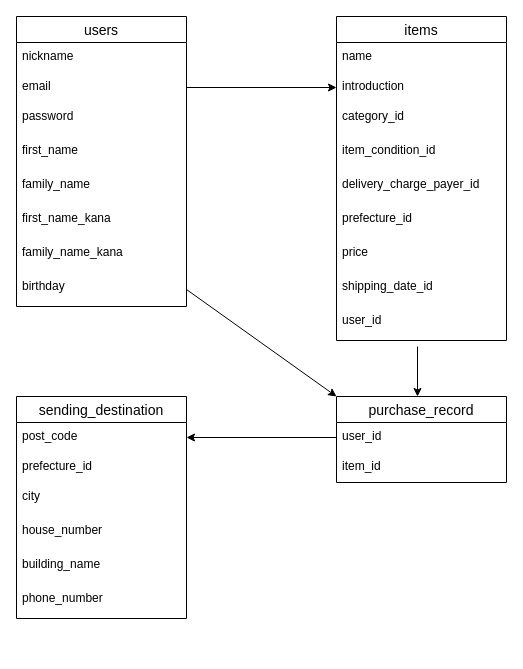
This is ER.dio from takuma703/furima-38232, a draw.io file, before an edit. Source tidied: cells renumbered, new cells numbered last; positions are measured from the earlier drawing's top-left corner, leaving out a move shared by most shapes. Both pictures are drawn from the tidied source at 100%, with x=0, y=0 at pixel (16, 16).
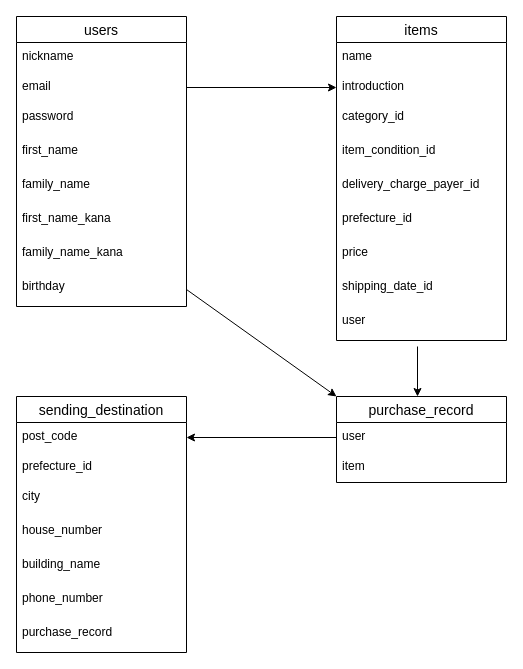
The same diagram, later.

Unchanged cells that the change refers to:
```xml
<mxCell id="12" value="items" style="swimlane;fontStyle=0;horizontal=1;startSize=26;align=center;fontSize=14;direction=east;" parent="1" vertex="1">
  <mxGeometry x="320" width="170" height="324" as="geometry" />
</mxCell>
<mxCell id="29" value="purchase_record" style="swimlane;fontStyle=0;horizontal=1;startSize=26;align=center;fontSize=14;direction=east;" parent="1" vertex="1">
  <mxGeometry x="320" y="380" width="170" height="86" as="geometry" />
</mxCell>
```

Diff of the diagram source:
```diff
@@
-    <mxCell id="21" value="user_id" style="text;strokeColor=none;fillColor=none;spacingLeft=4;spacingRight=4;overflow=hidden;fontSize=12;" parent="12" vertex="1">
+    <mxCell id="21" value="user" style="text;strokeColor=none;fillColor=none;spacingLeft=4;spacingRight=4;overflow=hidden;fontSize=12;" parent="12" vertex="1">
       <mxGeometry y="290" width="170" height="34" as="geometry" />
     </mxCell>
     <mxCell id="22" value="sending_destination" style="swimlane;fontStyle=0;horizontal=1;startSize=26;align=center;fontSize=14;direction=east;" parent="1" vertex="1">
-      <mxGeometry y="380" width="170" height="222" as="geometry" />
+      <mxGeometry y="380" width="170" height="256" as="geometry" />
     </mxCell>
@@
+    <mxCell id="35" value="purchase_record" style="text;strokeColor=none;fillColor=none;spacingLeft=4;spacingRight=4;overflow=hidden;fontSize=12;" parent="22" vertex="1">
+      <mxGeometry y="222" width="170" height="34" as="geometry" />
+    </mxCell>
@@
-    <mxCell id="30" value="user_id" style="text;strokeColor=none;fillColor=none;spacingLeft=4;spacingRight=4;overflow=hidden;points=[[0,0.5],[1,0.5]];portConstraint=eastwest;fontSize=12;" parent="29" vertex="1">
+    <mxCell id="30" value="user" style="text;strokeColor=none;fillColor=none;spacingLeft=4;spacingRight=4;overflow=hidden;points=[[0,0.5],[1,0.5]];portConstraint=eastwest;fontSize=12;" parent="29" vertex="1">
       <mxGeometry y="26" width="170" height="30" as="geometry" />
     </mxCell>
-    <mxCell id="31" value="item_id" style="text;strokeColor=none;fillColor=none;spacingLeft=4;spacingRight=4;overflow=hidden;fontSize=12;" parent="29" vertex="1">
+    <mxCell id="31" value="item" style="text;strokeColor=none;fillColor=none;spacingLeft=4;spacingRight=4;overflow=hidden;fontSize=12;" parent="29" vertex="1">
       <mxGeometry y="56" width="170" height="30" as="geometry" />
     </mxCell>
```
